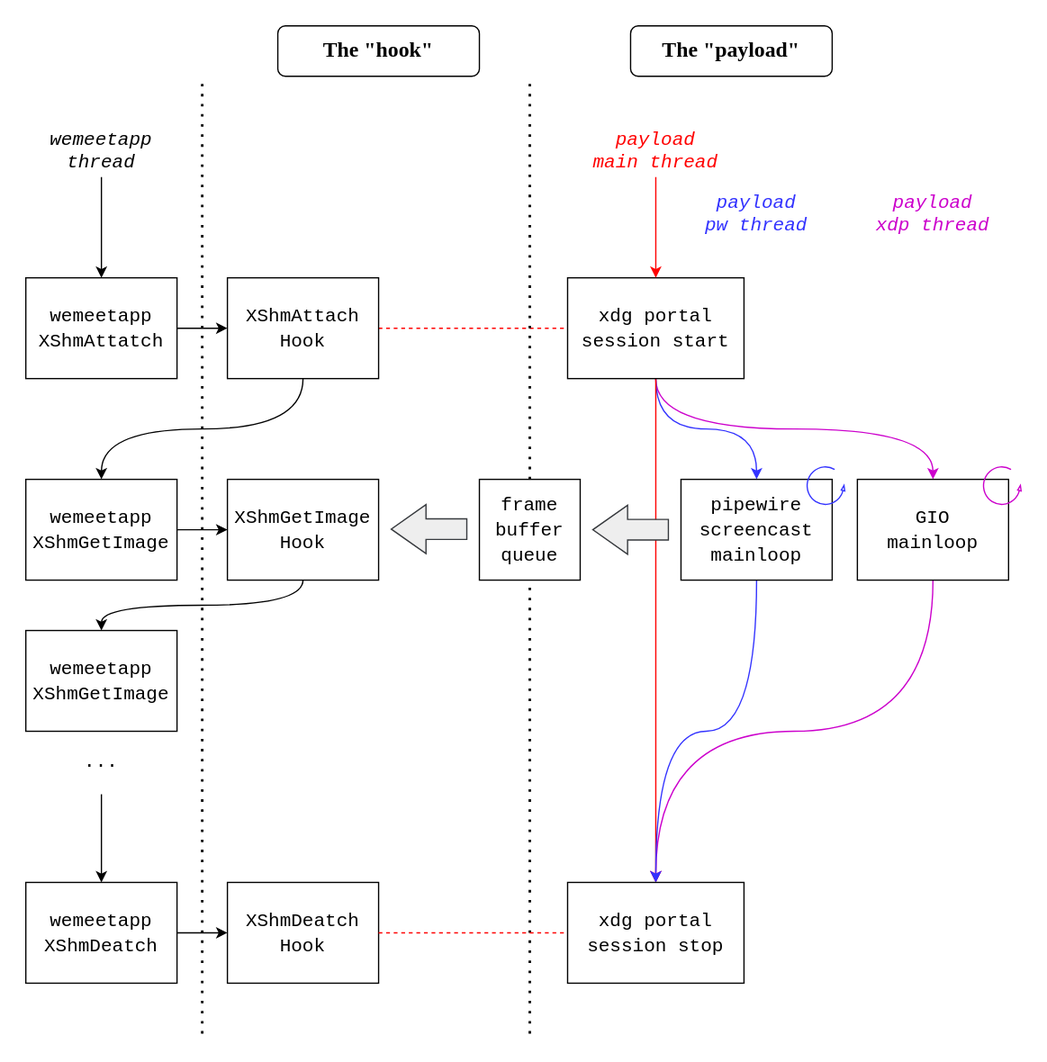
The draw.io diagram resource/diagram.svg in novel2430/wemeet-wayland-screenshare, before a commit. Source tidied: cells renumbered, new cells last; positions are measured from the earlier drawing's top-left corner, leaving out a move shared by most shapes.
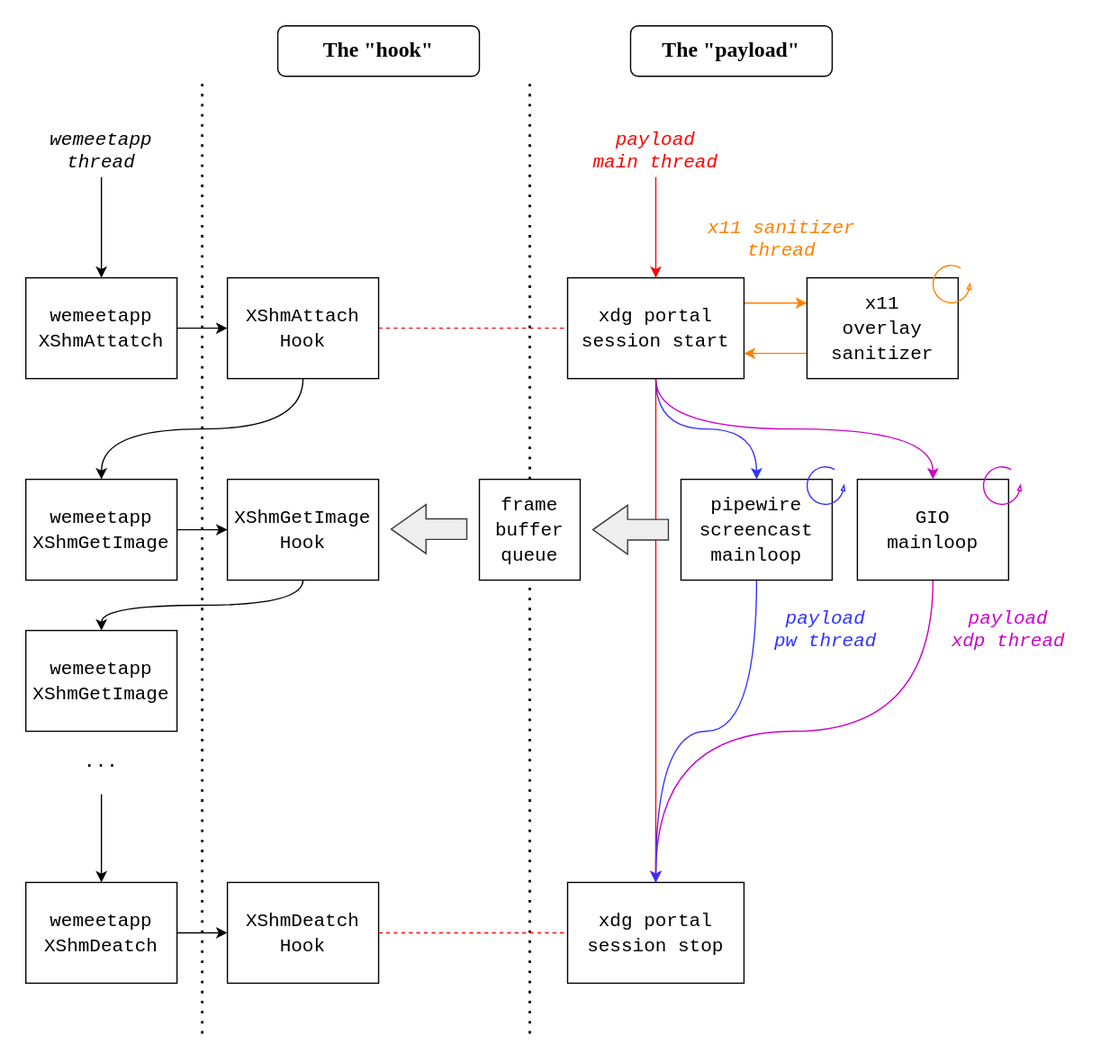
After the commit.

Commit message:
X11 sanitizer update - add x11 sanitizer to make wemeet-x11 usable - revised README.md

What changed in the source:
```diff
@@ -60,6 +60,9 @@
     <mxCell id="18" style="edgeStyle=orthogonalEdgeStyle;curved=1;html=1;exitX=0.5;exitY=1;exitDx=0;exitDy=0;strokeColor=#FF0000;fontFamily=Courier New;fontSize=15;fontColor=#FF0000;endArrow=classic;endFill=1;" parent="1" edge="1" source="19" target="29">
       <mxGeometry relative="1" as="geometry" />
     </mxCell>
+    <mxCell id="42" style="edgeStyle=none;html=1;exitX=1;exitY=0.25;exitDx=0;exitDy=0;entryX=0;entryY=0.25;entryDx=0;entryDy=0;strokeColor=#FF8000;fontColor=default;" parent="1" edge="1" source="19" target="44">
+      <mxGeometry relative="1" as="geometry" />
+    </mxCell>
     <mxCell id="19" value="&lt;font style=&quot;font-size: 15px;&quot;&gt;&lt;font face=&quot;Courier New&quot; style=&quot;font-size: 15px;&quot;&gt;&lt;font style=&quot;font-size: 15px;&quot;&gt;xdg portal&lt;br style=&quot;font-size: 15px;&quot;&gt;&lt;/font&gt;session start&lt;/font&gt;&lt;br style=&quot;font-size: 15px;&quot;&gt;&lt;/font&gt;" style="rounded=0;whiteSpace=wrap;html=1;fontSize=15;" parent="1" vertex="1">
       <mxGeometry x="430" y="200" width="140" height="80" as="geometry" />
     </mxCell>
@@ -127,10 +130,22 @@
       <mxGeometry x="290" y="380" width="60" height="39" as="geometry" />
     </mxCell>
     <mxCell id="40" value="&lt;font face=&quot;Courier New&quot;&gt;payload&lt;br style=&quot;font-size: 15px;&quot;&gt;pw thread&lt;/font&gt;" style="text;html=1;strokeColor=none;fillColor=none;align=center;verticalAlign=middle;whiteSpace=wrap;rounded=0;fontFamily=Courier New;fontSize=15;fontColor=#3333FF;fontStyle=2;" parent="1" vertex="1">
-      <mxGeometry x="520" y="130" width="120" height="40" as="geometry" />
+      <mxGeometry x="575" y="460" width="120" height="40" as="geometry" />
     </mxCell>
     <mxCell id="41" value="&lt;font face=&quot;Courier New&quot;&gt;payload&lt;br style=&quot;font-size: 15px;&quot;&gt;xdp thread&lt;/font&gt;" style="text;html=1;strokeColor=none;fillColor=none;align=center;verticalAlign=middle;whiteSpace=wrap;rounded=0;fontFamily=Courier New;fontSize=15;fontColor=#CC00CC;fontStyle=2;" parent="1" vertex="1">
-      <mxGeometry x="660" y="130" width="120" height="40" as="geometry" />
+      <mxGeometry x="720" y="460" width="120" height="40" as="geometry" />
     </mxCell>
+    <mxCell id="43" style="edgeStyle=none;html=1;exitX=0;exitY=0.75;exitDx=0;exitDy=0;entryX=1;entryY=0.75;entryDx=0;entryDy=0;strokeColor=#FF8000;fontColor=default;" parent="1" edge="1" source="44" target="19">
+      <mxGeometry relative="1" as="geometry" />
+    </mxCell>
+    <mxCell id="44" value="&lt;font style=&quot;font-size: 15px;&quot;&gt;&lt;font face=&quot;Courier New&quot;&gt;x11&lt;br&gt;overlay&lt;br&gt;sanitizer&lt;/font&gt;&lt;br style=&quot;font-size: 15px;&quot;&gt;&lt;/font&gt;" style="rounded=0;whiteSpace=wrap;html=1;fontSize=15;" parent="1" vertex="1">
+      <mxGeometry x="620" y="200" width="120" height="80" as="geometry" />
+    </mxCell>
+    <mxCell id="45" value="&lt;font&gt;x11 sanitizer&lt;br&gt;thread&lt;/font&gt;" style="text;html=1;strokeColor=none;fillColor=none;align=center;verticalAlign=middle;whiteSpace=wrap;rounded=0;fontFamily=Courier New;fontSize=15;fontColor=#FF8000;fontStyle=2;" parent="1" vertex="1">
+      <mxGeometry x="540" y="150" width="120" height="40" as="geometry" />
+    </mxCell>
+    <mxCell id="46" style="verticalLabelPosition=bottom;html=1;verticalAlign=top;strokeWidth=1;shape=mxgraph.lean_mapping.physical_pull;fontFamily=Courier New;fontSize=15;fontColor=#FF0000;fillColor=none;strokeColor=#FF8000;" parent="1" vertex="1">
+      <mxGeometry x="720" y="190" width="30" height="30" as="geometry" />
+    </mxCell>
   </root>
 </mxGraphModel>
```
